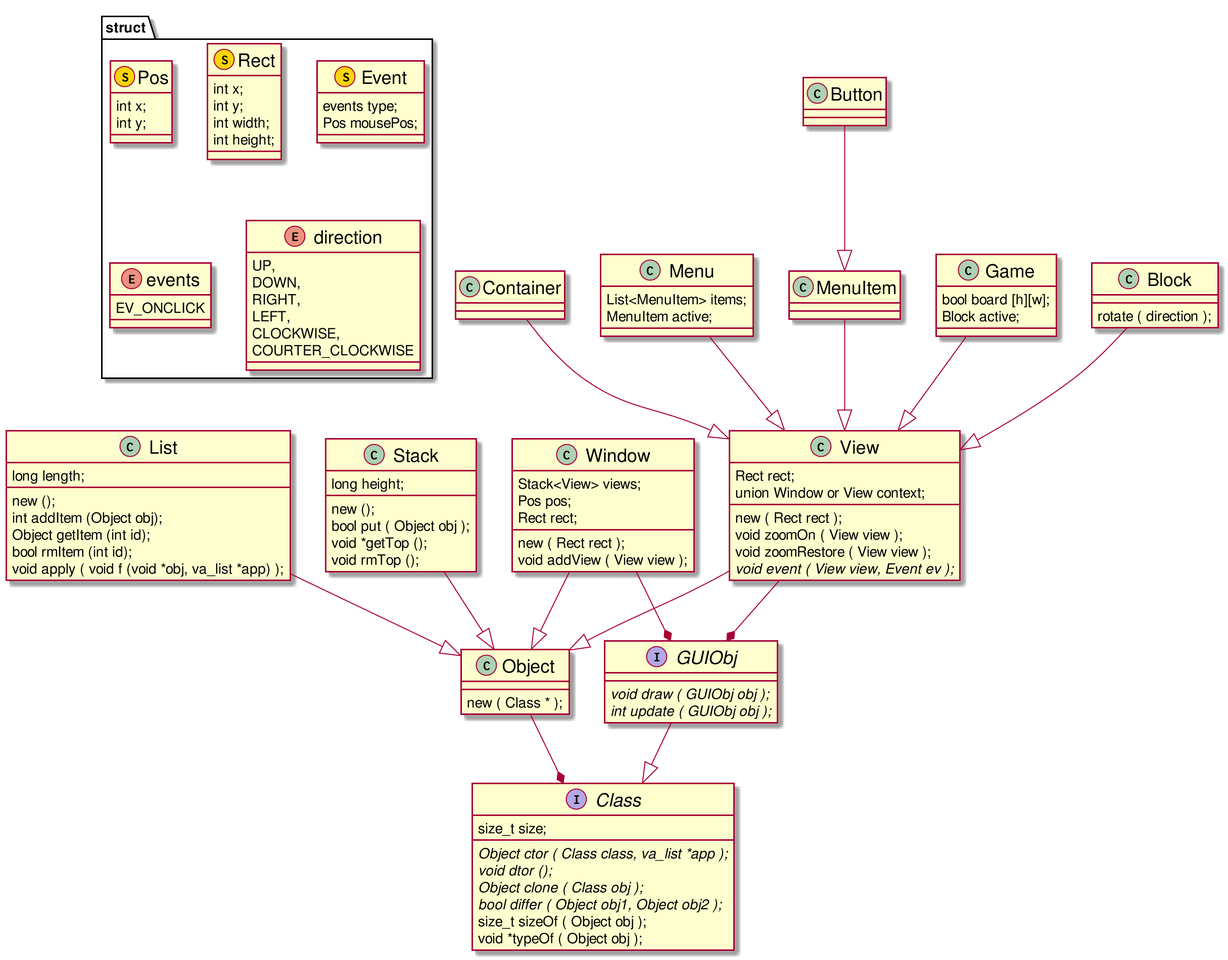
binary-b/c-tetris keeps this PlantUML diagram as docs/classes.png. Above is the earlier version.
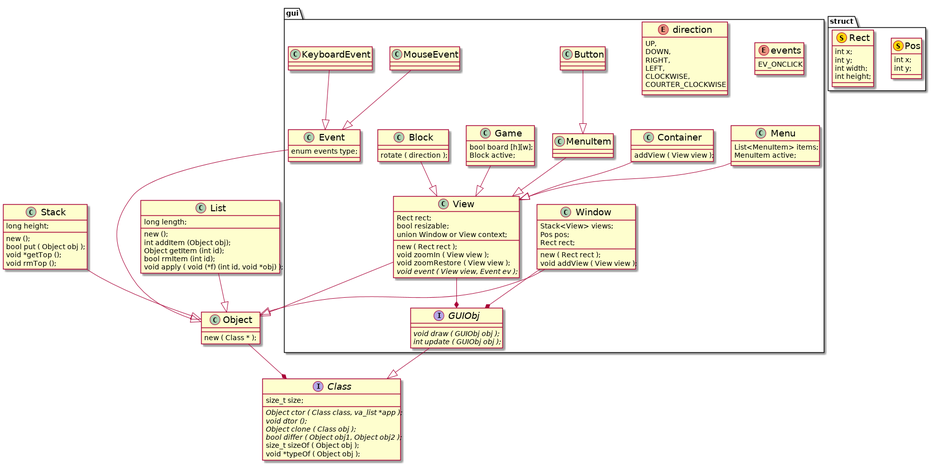
After the change.

Commit message:
Implement basic Container class

Change to the diagram source:
```diff
@@ -1,5 +1,4 @@
 @startuml
-scale 2.0
 
 skinparam defaultFontName Monospace
 skinparam classFontSize 18
@@ -15,21 +14,6 @@
 		int y;
 		int width;
 		int height;
-	}
-	class Event <<(S,#fcd40a)>> {
-		events type;
-		Pos mousePos;
-	}
-	enum events {
-		EV_ONCLICK
-	}
-	enum direction {
-		UP,
-		DOWN,
-		RIGHT,
-		LEFT,
-		CLOCKWISE,
-		COURTER_CLOCKWISE
 	}
 }
 interface Class {
@@ -51,7 +35,7 @@
 	int addItem (Object obj);
 	Object getItem (int id);
 	bool rmItem (int id);
-	void apply ( void f (void *obj, va_list *app) );
+	void apply ( void (*f) (int id, void *obj) );
 }
 class Stack {
 	long height;
@@ -61,39 +45,62 @@
 	void rmTop ();
 }
 
-interface GUIObj {
-	{abstract} void draw ( GUIObj obj );
-	{abstract} int update ( GUIObj obj );
-}
-class Window {
-	Stack<View> views;
-	Pos pos;
-	Rect rect;
-	new ( Rect rect );
-	void addView ( View view );
-}
-class View {
-	Rect rect;
-	union Window or View context;
-	new ( Rect rect );
-	void zoomOn ( View view );
-	void zoomRestore ( View view );
-	{abstract} void event ( View view, Event ev );
-}
-class Menu {
-	List<MenuItem> items;
-	MenuItem active;
-}
-class MenuItem
-class Button
-class Game {
-	bool board [h][w];
-	Block active;
-}
-class Block {
-	rotate ( direction );
-}
-class Container {
+package gui {
+	enum events {
+		EV_ONCLICK
+	}
+	enum direction {
+		UP,
+		DOWN,
+		RIGHT,
+		LEFT,
+		CLOCKWISE,
+		COURTER_CLOCKWISE
+	}
+	class Event {
+		enum events type;
+	}
+	class MouseEvent {
+	}
+	class KeyboardEvent {
+	}
+
+	interface GUIObj {
+		{abstract} void draw ( GUIObj obj );
+		{abstract} int update ( GUIObj obj );
+	}
+	class Window {
+		Stack<View> views;
+		Pos pos;
+		Rect rect;
+		new ( Rect rect );
+		void addView ( View view );
+	}
+	class View {
+		Rect rect;
+		bool resizable;
+		union Window or View context;
+		new ( Rect rect );
+		void zoomIn ( View view );
+		void zoomRestore ( View view );
+		{abstract} void event ( View view, Event ev );
+	}
+	class Menu {
+		List<MenuItem> items;
+		MenuItem active;
+	}
+	class Container {
+		addView ( View view );
+	}
+	class MenuItem
+	class Button
+	class Game {
+		bool board [h][w];
+		Block active;
+	}
+	class Block {
+		rotate ( direction );
+	}
 }
 
 Object --* Class
@@ -102,6 +109,10 @@
 Stack --|> Object
 
 GUIObj --|> Class
+
+Event --|> Object
+MouseEvent --|> Event
+KeyboardEvent --|> Event
 
 Window --* GUIObj
 Window --|> Object
```
